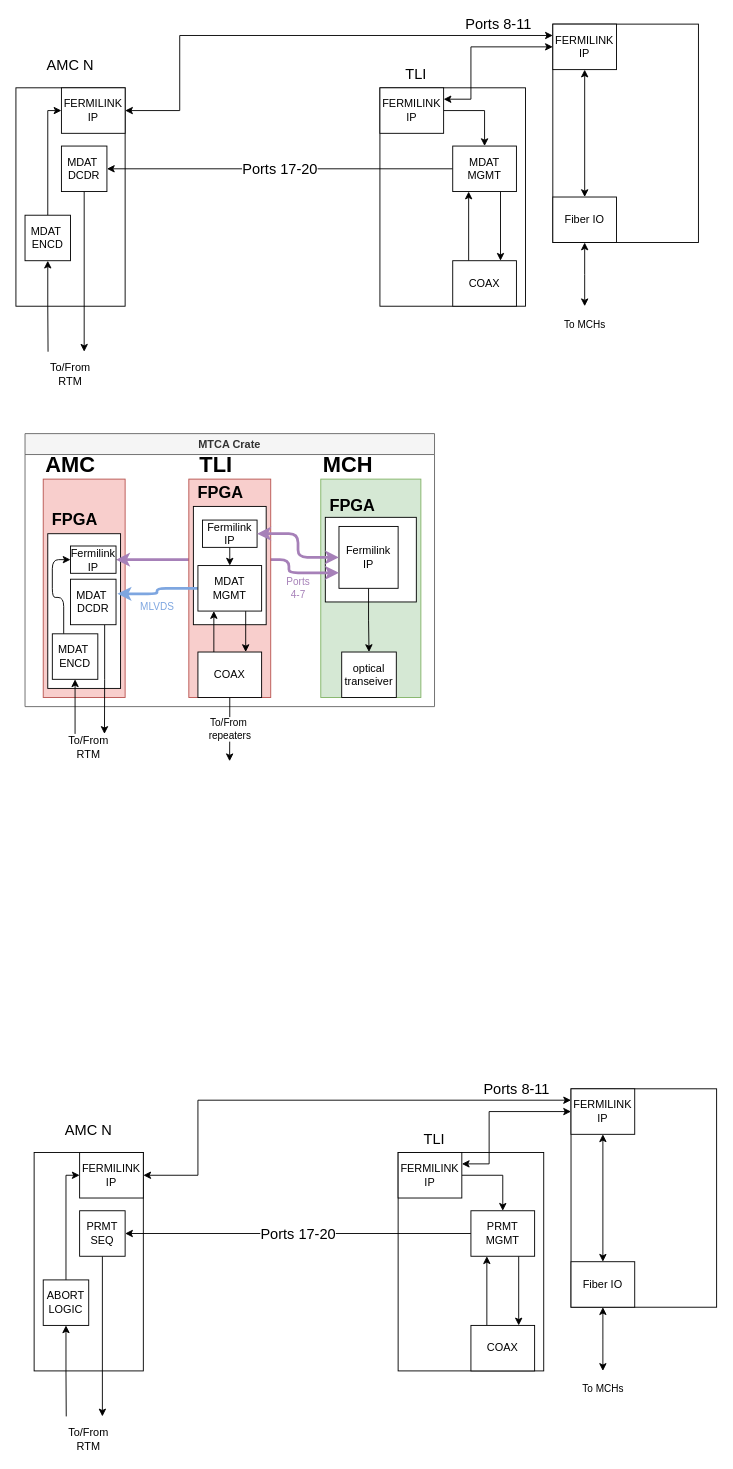
This is ACORN_MDAT_solution.drawio from awhitbeck/drawio, a draw.io file, before an edit. Source tidied: cells renumbered, new cells numbered last; positions are measured from the earlier drawing's top-left corner, leaving out a move shared by most shapes. Both pictures are drawn from the tidied source at 91%, with x=0, y=0 at pixel (15, 24).
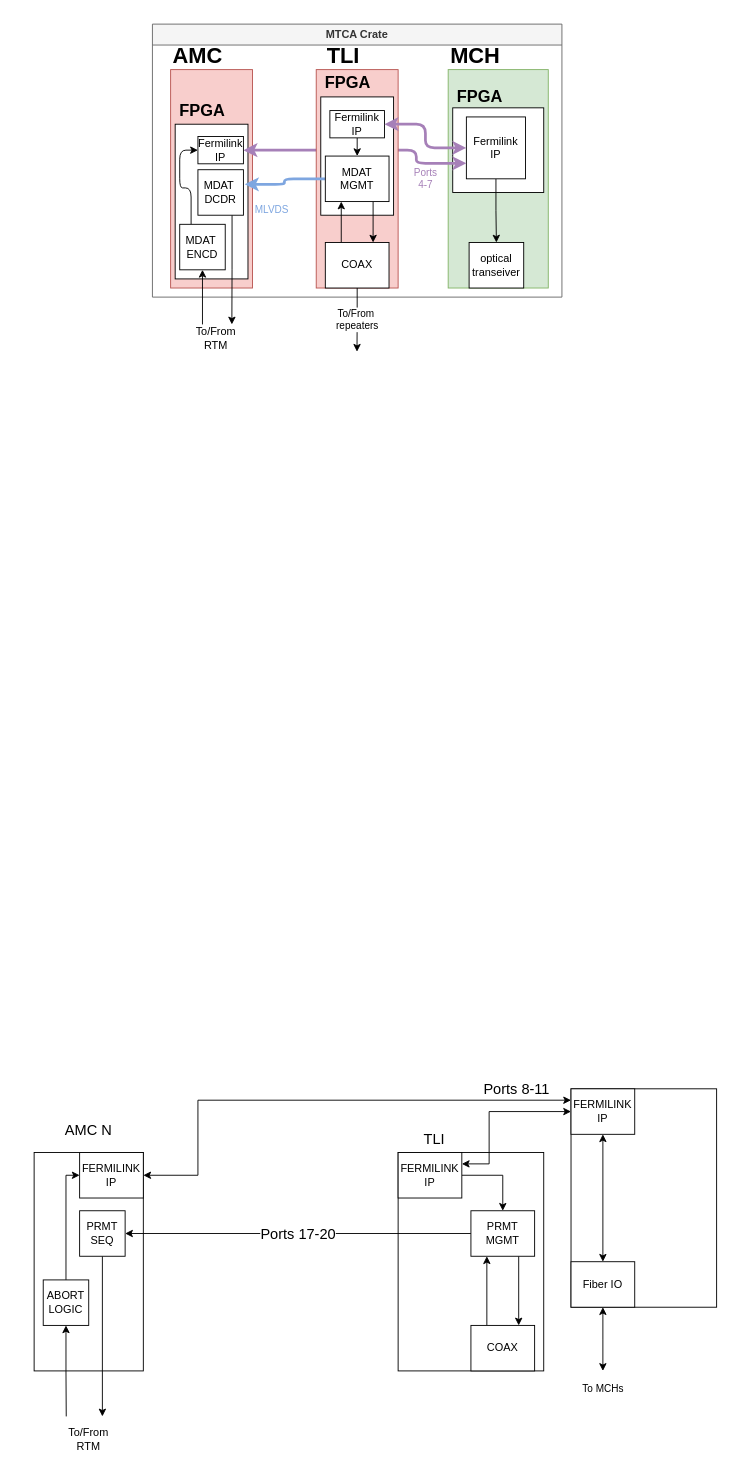
After the change.

The change refers to these unchanged cells:
```xml
<mxCell id="77" value="MDAT&lt;br&gt;MGMT" style="rounded=0;whiteSpace=wrap;html=1;" parent="65" vertex="1">
  <mxGeometry x="190" y="145" width="70" height="50" as="geometry" />
</mxCell>
<mxCell id="79" value="MDAT&amp;nbsp;&lt;br&gt;DCDR" style="rounded=0;whiteSpace=wrap;html=1;" parent="65" vertex="1">
  <mxGeometry x="50" y="160" width="50" height="50" as="geometry" />
</mxCell>
```

What changed in the source:
```diff
@@
-    <mxCell id="2" style="rounded=0;whiteSpace=wrap;html=1;" parent="1" vertex="1">
-      <mxGeometry x="590" width="160" height="240" as="geometry" />
-    </mxCell>
-    <mxCell id="3" style="rounded=0;whiteSpace=wrap;html=1;" parent="1" vertex="1">
-      <mxGeometry x="400" y="70" width="160" height="240" as="geometry" />
-    </mxCell>
-    <mxCell id="4" style="rounded=0;whiteSpace=wrap;html=1;" parent="1" vertex="1">
-      <mxGeometry y="70" width="120" height="240" as="geometry" />
-    </mxCell>
-    <mxCell id="5" style="edgeStyle=orthogonalEdgeStyle;rounded=0;jettySize=auto;html=1;exitX=1;exitY=0.5;exitDx=0;exitDy=0;entryX=0;entryY=0.25;entryDx=0;entryDy=0;startArrow=classic;startFill=1;" parent="1" edge="1" source="6" target="25">
-      <mxGeometry relative="1" as="geometry">
-        <Array as="points">
-          <mxPoint x="180" y="95" />
-          <mxPoint x="180" y="13" />
-        </Array>
-      </mxGeometry>
-    </mxCell>
-    <mxCell id="6" value="FERMILINK&lt;br&gt;IP" style="rounded=0;whiteSpace=wrap;html=1;" parent="1" vertex="1">
-      <mxGeometry x="50" y="70" width="70" height="50" as="geometry" />
-    </mxCell>
-    <mxCell id="7" style="edgeStyle=orthogonalEdgeStyle;rounded=0;jettySize=auto;html=1;" parent="1" edge="1" source="9" target="18">
-      <mxGeometry relative="1" as="geometry" />
-    </mxCell>
-    <mxCell id="8" value="&lt;font style=&quot;font-size: 16px;&quot;&gt;Ports 8-11&lt;/font&gt;" style="edgeStyle=orthogonalEdgeStyle;rounded=0;jettySize=auto;html=1;exitX=1;exitY=0.25;exitDx=0;exitDy=0;entryX=0;entryY=0.5;entryDx=0;entryDy=0;startArrow=classic;startFill=1;" parent="1" edge="1" source="9" target="25">
-      <mxGeometry x="0.32" y="25" relative="1" as="geometry">
-        <Array as="points">
-          <mxPoint x="500" y="83" />
-          <mxPoint x="500" y="25" />
-        </Array>
-      </mxGeometry>
-    </mxCell>
-    <mxCell id="9" value="FERMILINK&lt;br&gt;IP" style="rounded=0;whiteSpace=wrap;html=1;" parent="1" vertex="1">
-      <mxGeometry x="400" y="70" width="70" height="50" as="geometry" />
-    </mxCell>
-    <mxCell id="10" value="To MCHs" style="edgeStyle=orthogonalEdgeStyle;rounded=0;jettySize=auto;html=1;exitX=0.5;exitY=1;exitDx=0;exitDy=0;startArrow=classic;startFill=1;" parent="1" edge="1" source="11">
-      <mxGeometry x="1" y="20" relative="1" as="geometry">
-        <mxPoint x="625" y="310" as="targetPoint" />
-        <mxPoint x="-20" y="19" as="offset" />
-      </mxGeometry>
-    </mxCell>
-    <mxCell id="11" value="Fiber IO" style="rounded=0;whiteSpace=wrap;html=1;" parent="1" vertex="1">
-      <mxGeometry x="590" y="190" width="70" height="50" as="geometry" />
-    </mxCell>
-    <mxCell id="12" style="edgeStyle=orthogonalEdgeStyle;rounded=0;jettySize=auto;html=1;exitX=0.25;exitY=0;exitDx=0;exitDy=0;entryX=0.25;entryY=1;entryDx=0;entryDy=0;" parent="1" edge="1" source="13" target="18">
-      <mxGeometry relative="1" as="geometry" />
-    </mxCell>
-    <mxCell id="13" value="COAX" style="rounded=0;whiteSpace=wrap;html=1;" parent="1" vertex="1">
-      <mxGeometry x="480" y="260" width="70" height="50" as="geometry" />
-    </mxCell>
-    <mxCell id="14" value="&lt;font style=&quot;font-size: 16px;&quot;&gt;Ports 17-20&lt;/font&gt;" style="endArrow=none;startArrow=classic;html=1;rounded=0;exitX=1;exitY=0.5;exitDx=0;exitDy=0;entryX=0;entryY=0.5;entryDx=0;entryDy=0;endFill=0;" parent="1" edge="1" source="16" target="18">
-      <mxGeometry relative="1" as="geometry" />
-    </mxCell>
-    <mxCell id="15" style="edgeStyle=orthogonalEdgeStyle;rounded=0;jettySize=auto;html=1;exitX=0.5;exitY=1;exitDx=0;exitDy=0;" parent="1" edge="1" source="16">
-      <mxGeometry x="1" y="-32" relative="1" as="geometry">
-        <mxPoint x="75" y="360" as="targetPoint" />
-        <Array as="points">
-          <mxPoint x="75" y="360" />
-        </Array>
-        <mxPoint x="7" y="20" as="offset" />
-      </mxGeometry>
-    </mxCell>
-    <mxCell id="16" value="MDAT&amp;nbsp;&lt;br&gt;DCDR" style="rounded=0;whiteSpace=wrap;html=1;" parent="1" vertex="1">
-      <mxGeometry x="50" y="134" width="50" height="50" as="geometry" />
-    </mxCell>
-    <mxCell id="17" style="edgeStyle=orthogonalEdgeStyle;rounded=0;jettySize=auto;html=1;exitX=0.75;exitY=1;exitDx=0;exitDy=0;entryX=0.75;entryY=0;entryDx=0;entryDy=0;" parent="1" edge="1" source="18" target="13">
-      <mxGeometry relative="1" as="geometry" />
-    </mxCell>
-    <mxCell id="18" value="MDAT&lt;br&gt;MGMT" style="rounded=0;whiteSpace=wrap;html=1;" parent="1" vertex="1">
-      <mxGeometry x="480" y="134" width="70" height="50" as="geometry" />
-    </mxCell>
-    <mxCell id="19" value="&lt;font style=&quot;font-size: 16px;&quot;&gt;AMC N&lt;/font&gt;" style="text;html=1;align=center;verticalAlign=middle;whiteSpace=wrap;rounded=0;" parent="1" vertex="1">
-      <mxGeometry x="30" y="30" width="60" height="30" as="geometry" />
-    </mxCell>
-    <mxCell id="20" value="&lt;font style=&quot;font-size: 16px;&quot;&gt;TLI&lt;/font&gt;" style="text;html=1;align=center;verticalAlign=middle;whiteSpace=wrap;rounded=0;" parent="1" vertex="1">
-      <mxGeometry x="410" y="40" width="60" height="30" as="geometry" />
-    </mxCell>
-    <mxCell id="21" style="edgeStyle=orthogonalEdgeStyle;rounded=0;jettySize=auto;html=1;exitX=0.5;exitY=0;exitDx=0;exitDy=0;entryX=0;entryY=0.5;entryDx=0;entryDy=0;" parent="1" edge="1" source="23" target="6">
-      <mxGeometry relative="1" as="geometry">
-        <Array as="points">
-          <mxPoint x="35" y="95" />
-        </Array>
-      </mxGeometry>
-    </mxCell>
-    <mxCell id="22" style="edgeStyle=orthogonalEdgeStyle;rounded=0;jettySize=auto;html=1;exitX=0.5;exitY=1;exitDx=0;exitDy=0;startArrow=classic;startFill=1;endArrow=none;endFill=0;" parent="1" edge="1" source="23">
-      <mxGeometry relative="1" as="geometry">
-        <mxPoint x="35.3" y="360" as="targetPoint" />
-      </mxGeometry>
-    </mxCell>
-    <mxCell id="23" value="MDAT&amp;nbsp;&lt;br&gt;ENCD" style="rounded=0;whiteSpace=wrap;html=1;" parent="1" vertex="1">
-      <mxGeometry x="10" y="210" width="50" height="50" as="geometry" />
-    </mxCell>
-    <mxCell id="24" style="edgeStyle=orthogonalEdgeStyle;rounded=0;jettySize=auto;html=1;exitX=0.5;exitY=1;exitDx=0;exitDy=0;entryX=0.5;entryY=0;entryDx=0;entryDy=0;startArrow=classic;startFill=1;" parent="1" edge="1" source="25" target="11">
-      <mxGeometry relative="1" as="geometry" />
-    </mxCell>
-    <mxCell id="25" value="FERMILINK&lt;br&gt;IP" style="rounded=0;whiteSpace=wrap;html=1;" parent="1" vertex="1">
-      <mxGeometry x="590" width="70" height="50" as="geometry" />
-    </mxCell>
-    <mxCell id="26" value="To/From&lt;br&gt;RTM" style="text;html=1;align=center;verticalAlign=middle;whiteSpace=wrap;rounded=0;" parent="1" vertex="1">
-      <mxGeometry x="30" y="370" width="60" height="30" as="geometry" />
-    </mxCell>
@@
     <mxCell id="52" style="rounded=0;whiteSpace=wrap;html=1;fillColor=#f8cecc;strokeColor=#b85450;" parent="1" vertex="1">
-      <mxGeometry x="30" y="500" width="90" height="240" as="geometry" />
+      <mxGeometry x="170" y="50" width="90" height="240" as="geometry" />
     </mxCell>
     <mxCell id="53" style="rounded=0;whiteSpace=wrap;html=1;" parent="1" vertex="1">
-      <mxGeometry x="35" y="560" width="80" height="170" as="geometry" />
+      <mxGeometry x="175" y="110" width="80" height="170" as="geometry" />
     </mxCell>
     <mxCell id="54" style="rounded=0;whiteSpace=wrap;html=1;fillColor=#d5e8d4;strokeColor=#82b366;" parent="1" vertex="1">
-      <mxGeometry x="335" y="500" width="110" height="240" as="geometry" />
+      <mxGeometry x="475" y="50" width="110" height="240" as="geometry" />
     </mxCell>
     <mxCell id="55" style="rounded=0;whiteSpace=wrap;html=1;" parent="1" vertex="1">
-      <mxGeometry x="340" y="542" width="100" height="93" as="geometry" />
+      <mxGeometry x="480" y="92" width="100" height="93" as="geometry" />
     </mxCell>
     <mxCell id="56" value="&lt;h1&gt;AMC&lt;/h1&gt;" style="text;html=1;align=center;verticalAlign=middle;whiteSpace=wrap;rounded=0;" parent="1" vertex="1">
-      <mxGeometry x="30" y="470" width="60" height="30" as="geometry" />
+      <mxGeometry x="170" y="20" width="60" height="30" as="geometry" />
     </mxCell>
     <mxCell id="57" value="&lt;h1&gt;MCH&lt;/h1&gt;" style="text;html=1;align=center;verticalAlign=middle;whiteSpace=wrap;rounded=0;" parent="1" vertex="1">
-      <mxGeometry x="335" y="470" width="60" height="30" as="geometry" />
+      <mxGeometry x="475" y="20" width="60" height="30" as="geometry" />
     </mxCell>
@@
     <mxCell id="59" value="Fermilink IP" style="rounded=0;whiteSpace=wrap;html=1;" parent="1" vertex="1">
-      <mxGeometry x="355" y="552" width="65" height="68" as="geometry" />
+      <mxGeometry x="495" y="102" width="65" height="68" as="geometry" />
     </mxCell>
     <mxCell id="60" value="optical&lt;br&gt;transeiver" style="rounded=0;whiteSpace=wrap;html=1;" parent="1" vertex="1">
-      <mxGeometry x="358" y="690" width="60" height="50" as="geometry" />
+      <mxGeometry x="498" y="240" width="60" height="50" as="geometry" />
     </mxCell>
     <mxCell id="61" style="edgeStyle=orthogonalEdgeStyle;rounded=1;jettySize=auto;html=1;exitX=1;exitY=0.5;exitDx=0;exitDy=0;startArrow=classic;startFill=1;entryX=0;entryY=0.75;entryDx=0;entryDy=0;curved=0;strokeColor=#A680B8;strokeWidth=3;" parent="1" edge="1" source="62" target="59">
       <mxGeometry relative="1" as="geometry">
         <Array as="points">
-          <mxPoint x="300" y="589" />
-          <mxPoint x="300" y="603" />
+          <mxPoint x="440" y="139" />
+          <mxPoint x="440" y="153" />
         </Array>
       </mxGeometry>
     </mxCell>
     <mxCell id="62" value="Fermilink IP" style="rounded=0;whiteSpace=wrap;html=1;" parent="1" vertex="1">
-      <mxGeometry x="60" y="573.5" width="50" height="30" as="geometry" />
+      <mxGeometry x="200" y="123.5" width="50" height="30" as="geometry" />
     </mxCell>
     <mxCell id="63" value="&lt;h2&gt;FPGA&lt;/h2&gt;" style="text;html=1;align=center;verticalAlign=middle;whiteSpace=wrap;rounded=0;" parent="1" vertex="1">
-      <mxGeometry x="35" y="530" width="60" height="30" as="geometry" />
+      <mxGeometry x="175" y="80" width="60" height="30" as="geometry" />
     </mxCell>
     <mxCell id="64" value="&lt;h2&gt;FPGA&lt;/h2&gt;" style="text;html=1;align=center;verticalAlign=middle;whiteSpace=wrap;rounded=0;" parent="1" vertex="1">
-      <mxGeometry x="340" y="515" width="60" height="30" as="geometry" />
+      <mxGeometry x="480" y="65" width="60" height="30" as="geometry" />
     </mxCell>
     <mxCell id="65" value="MTCA Crate" style="swimlane;whiteSpace=wrap;html=1;fillColor=#f5f5f5;fontColor=#333333;strokeColor=#666666;" parent="1" vertex="1">
-      <mxGeometry x="10" y="450" width="450" height="300" as="geometry" />
+      <mxGeometry x="150" width="450" height="300" as="geometry" />
     </mxCell>
@@
     <mxCell id="76" value="&lt;font color=&quot;#7ea6e0&quot;&gt;MLVDS&lt;/font&gt;" style="edgeStyle=orthogonalEdgeStyle;rounded=1;jettySize=auto;html=1;exitX=0;exitY=0.5;exitDx=0;exitDy=0;entryX=1.031;entryY=0.321;entryDx=0;entryDy=0;entryPerimeter=0;curved=0;strokeColor=#7EA6E0;strokeWidth=3;" parent="65" edge="1" source="77" target="79">
-      <mxGeometry x="0.08" y="14" relative="1" as="geometry" />
+      <mxGeometry x="0.08" y="14" relative="1" as="geometry">
+        <mxPoint x="-14" y="14" as="offset" />
+      </mxGeometry>
     </mxCell>
@@
     <mxCell id="81" value="To/From&lt;br&gt;RTM" style="text;html=1;align=center;verticalAlign=middle;whiteSpace=wrap;rounded=0;" parent="1" vertex="1">
-      <mxGeometry x="50" y="780" width="60" height="30" as="geometry" />
+      <mxGeometry x="190" y="330" width="60" height="30" as="geometry" />
     </mxCell>
@@
     <mxCell id="83" style="edgeStyle=orthogonalEdgeStyle;rounded=1;jettySize=auto;html=1;exitX=0.25;exitY=0;exitDx=0;exitDy=0;entryX=0;entryY=0.5;entryDx=0;entryDy=0;curved=0;" parent="1" edge="1" source="84" target="62">
       <mxGeometry relative="1" as="geometry">
         <Array as="points">
-          <mxPoint x="52" y="630" />
-          <mxPoint x="40" y="630" />
-          <mxPoint x="40" y="588" />
+          <mxPoint x="192" y="180" />
+          <mxPoint x="180" y="180" />
+          <mxPoint x="180" y="138" />
         </Array>
       </mxGeometry>
     </mxCell>
     <mxCell id="84" value="MDAT&amp;nbsp;&lt;br&gt;ENCD" style="rounded=0;whiteSpace=wrap;html=1;" parent="1" vertex="1">
-      <mxGeometry x="40" y="670" width="50" height="50" as="geometry" />
+      <mxGeometry x="180" y="220" width="50" height="50" as="geometry" />
     </mxCell>
```
